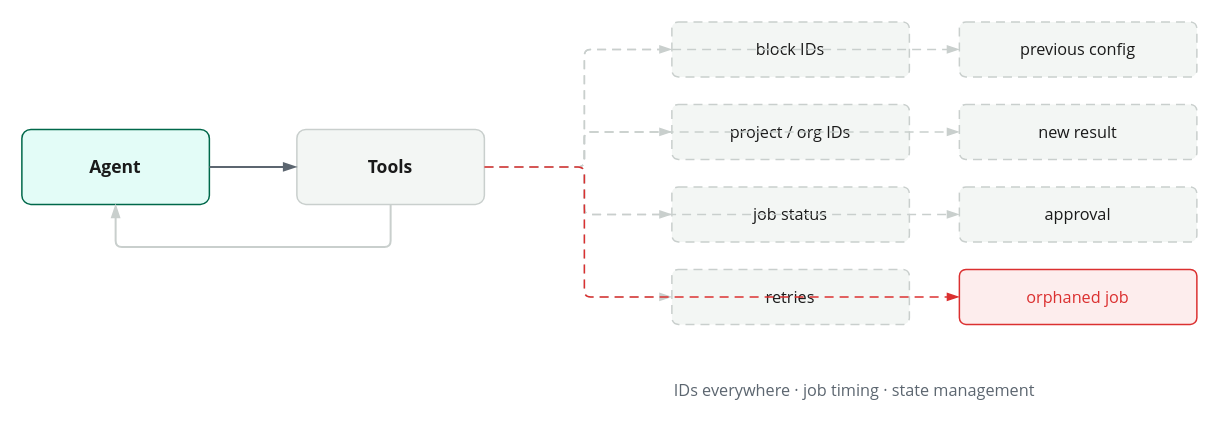
The draw.io diagram diagrams/src/s06-leak.drawio in eoinjordan/what-should-a-local-agent-remember, before the edit. Source tidied: cells renumbered, new cells numbered last; positions are measured from the earlier drawing's top-left corner, leaving out a move shared by most shapes. Both pictures are drawn from the tidied source at 125%, with x=0, y=0 at pixel (21, 21).
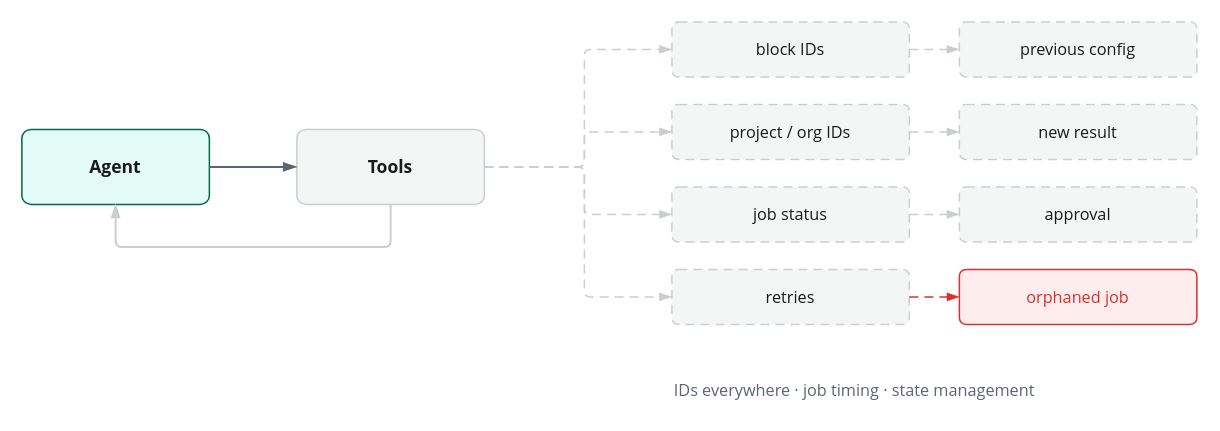
Above is the later version.

Unchanged cells that the change refers to:
```xml
<mxCell id="2" value="Agent" style="rounded=1;whiteSpace=wrap;html=1;fillColor=#E3FCF7;strokeColor=#00684A;strokeWidth=1.2;fontColor=#1A1A1A;fontSize=14;align=center;verticalAlign=middle;spacingLeft=8;spacingRight=8;fontStyle=1;fontFamily=Segoe UI;arcSize=12;" parent="1" vertex="1">
  <mxGeometry y="86" width="150" height="60" as="geometry" />
</mxCell>
<mxCell id="3" value="Tools" style="rounded=1;whiteSpace=wrap;html=1;fillColor=#F3F6F4;strokeColor=#C9CFCD;strokeWidth=1.2;fontColor=#1A1A1A;fontSize=14;align=center;verticalAlign=middle;spacingLeft=8;spacingRight=8;fontStyle=1;fontFamily=Segoe UI;arcSize=12;" parent="1" vertex="1">
  <mxGeometry x="220" y="86" width="150" height="60" as="geometry" />
</mxCell>
<mxCell id="6" value="block IDs" style="rounded=1;whiteSpace=wrap;html=1;fillColor=#F3F6F4;strokeColor=#C9CFCD;strokeWidth=1.2;fontColor=#1A1A1A;fontSize=13;align=center;verticalAlign=middle;spacingLeft=8;spacingRight=8;dashed=1;dashPattern=6 4;fontFamily=Segoe UI;arcSize=12;" parent="1" vertex="1">
  <mxGeometry x="520" width="190" height="44" as="geometry" />
</mxCell>
<mxCell id="8" value="project / org IDs" style="rounded=1;whiteSpace=wrap;html=1;fillColor=#F3F6F4;strokeColor=#C9CFCD;strokeWidth=1.2;fontColor=#1A1A1A;fontSize=13;align=center;verticalAlign=middle;spacingLeft=8;spacingRight=8;dashed=1;dashPattern=6 4;fontFamily=Segoe UI;arcSize=12;" parent="1" vertex="1">
  <mxGeometry x="520" y="66" width="190" height="44" as="geometry" />
</mxCell>
<mxCell id="10" value="job status" style="rounded=1;whiteSpace=wrap;html=1;fillColor=#F3F6F4;strokeColor=#C9CFCD;strokeWidth=1.2;fontColor=#1A1A1A;fontSize=13;align=center;verticalAlign=middle;spacingLeft=8;spacingRight=8;dashed=1;dashPattern=6 4;fontFamily=Segoe UI;arcSize=12;" parent="1" vertex="1">
  <mxGeometry x="520" y="132" width="190" height="44" as="geometry" />
</mxCell>
<mxCell id="12" value="retries" style="rounded=1;whiteSpace=wrap;html=1;fillColor=#F3F6F4;strokeColor=#C9CFCD;strokeWidth=1.2;fontColor=#1A1A1A;fontSize=13;align=center;verticalAlign=middle;spacingLeft=8;spacingRight=8;dashed=1;dashPattern=6 4;fontFamily=Segoe UI;arcSize=12;" parent="1" vertex="1">
  <mxGeometry x="520" y="198" width="190" height="44" as="geometry" />
</mxCell>
<mxCell id="14" value="previous config" style="rounded=1;whiteSpace=wrap;html=1;fillColor=#F3F6F4;strokeColor=#C9CFCD;strokeWidth=1.2;fontColor=#1A1A1A;fontSize=13;align=center;verticalAlign=middle;spacingLeft=8;spacingRight=8;dashed=1;dashPattern=6 4;fontFamily=Segoe UI;arcSize=12;" parent="1" vertex="1">
  <mxGeometry x="750" width="190" height="44" as="geometry" />
</mxCell>
<mxCell id="16" value="new result" style="rounded=1;whiteSpace=wrap;html=1;fillColor=#F3F6F4;strokeColor=#C9CFCD;strokeWidth=1.2;fontColor=#1A1A1A;fontSize=13;align=center;verticalAlign=middle;spacingLeft=8;spacingRight=8;dashed=1;dashPattern=6 4;fontFamily=Segoe UI;arcSize=12;" parent="1" vertex="1">
  <mxGeometry x="750" y="66" width="190" height="44" as="geometry" />
</mxCell>
<mxCell id="18" value="approval" style="rounded=1;whiteSpace=wrap;html=1;fillColor=#F3F6F4;strokeColor=#C9CFCD;strokeWidth=1.2;fontColor=#1A1A1A;fontSize=13;align=center;verticalAlign=middle;spacingLeft=8;spacingRight=8;dashed=1;dashPattern=6 4;fontFamily=Segoe UI;arcSize=12;" parent="1" vertex="1">
  <mxGeometry x="750" y="132" width="190" height="44" as="geometry" />
</mxCell>
<mxCell id="20" value="orphaned job" style="rounded=1;whiteSpace=wrap;html=1;fillColor=#FDEDED;strokeColor=#DB3030;strokeWidth=1.2;fontColor=#DB3030;fontSize=13;align=center;verticalAlign=middle;spacingLeft=8;spacingRight=8;fontFamily=Segoe UI;arcSize=12;" parent="1" vertex="1">
  <mxGeometry x="750" y="198" width="190" height="44" as="geometry" />
</mxCell>
```

Change to the diagram source:
```diff
@@
-    <mxCell id="4" style="edgeStyle=orthogonalEdgeStyle;rounded=1;arcSize=10;html=1;strokeColor=#5C6670;strokeWidth=1.6;exitX=1;exitY=0.5;entryX=0;entryY=0.5;exitPerimeter=0;entryPerimeter=0;endArrow=blockThin;endFill=1;endSize=7;jettySize=auto;fontColor=#5C6670;fontSize=12;labelBackgroundColor=none;fontFamily=Segoe UI;" parent="1" edge="1" source="2" target="3">
+    <mxCell id="4" style="edgeStyle=orthogonalEdgeStyle;rounded=1;arcSize=10;html=1;strokeColor=#5C6670;strokeWidth=1.6;exitX=1;exitY=0.5;entryX=0;entryY=0.5;exitPerimeter=0;entryPerimeter=0;endArrow=blockThin;endFill=1;endSize=7;jettySize=auto;fontColor=#5C6670;fontSize=12;labelBackgroundColor=#FFFFFF;labelBorderColor=none;spacing=2;fontFamily=Segoe UI;" parent="1" edge="1" source="2" target="3">
       <mxGeometry relative="1" as="geometry" />
     </mxCell>
-    <mxCell id="5" style="edgeStyle=orthogonalEdgeStyle;rounded=1;arcSize=10;html=1;strokeColor=#C9CFCD;strokeWidth=1.6;exitX=0.5;exitY=1;entryX=0.5;entryY=1;exitPerimeter=0;entryPerimeter=0;endArrow=blockThin;endFill=1;endSize=7;jettySize=auto;fontColor=#5C6670;fontSize=12;labelBackgroundColor=none;fontFamily=Segoe UI;" parent="1" edge="1" source="3" target="2">
+    <mxCell id="5" style="edgeStyle=orthogonalEdgeStyle;rounded=1;arcSize=10;html=1;strokeColor=#C9CFCD;strokeWidth=1.6;exitX=0.5;exitY=1;entryX=0.5;entryY=1;exitPerimeter=0;entryPerimeter=0;endArrow=blockThin;endFill=1;endSize=7;jettySize=auto;fontColor=#5C6670;fontSize=12;labelBackgroundColor=#FFFFFF;labelBorderColor=none;spacing=2;fontFamily=Segoe UI;" parent="1" edge="1" source="3" target="2">
       <mxGeometry relative="1" as="geometry">
         <Array as="points">
           <mxPoint x="295" y="180" />
           <mxPoint x="75" y="180" />
         </Array>
       </mxGeometry>
     </mxCell>
@@
-    <mxCell id="7" style="edgeStyle=orthogonalEdgeStyle;rounded=1;arcSize=10;html=1;strokeColor=#C9CFCD;strokeWidth=1.2;exitX=1;exitY=0.5;entryX=0;entryY=0.5;exitPerimeter=0;entryPerimeter=0;endArrow=blockThin;endFill=1;endSize=7;jettySize=auto;dashed=1;dashPattern=6 4;fontColor=#5C6670;fontSize=12;labelBackgroundColor=none;fontFamily=Segoe UI;" parent="1" edge="1" source="3" target="6">
+    <mxCell id="7" style="edgeStyle=orthogonalEdgeStyle;rounded=1;arcSize=10;html=1;strokeColor=#C9CFCD;strokeWidth=1.2;exitX=1;exitY=0.5;entryX=0;entryY=0.5;exitPerimeter=0;entryPerimeter=0;endArrow=blockThin;endFill=1;endSize=7;jettySize=auto;dashed=1;dashPattern=6 4;fontColor=#5C6670;fontSize=12;labelBackgroundColor=#FFFFFF;labelBorderColor=none;spacing=2;fontFamily=Segoe UI;" parent="1" edge="1" source="3" target="6">
       <mxGeometry relative="1" as="geometry">
         <Array as="points">
           <mxPoint x="450" y="116" />
           <mxPoint x="450" y="22" />
         </Array>
       </mxGeometry>
     </mxCell>
@@
-    <mxCell id="9" style="edgeStyle=orthogonalEdgeStyle;rounded=1;arcSize=10;html=1;strokeColor=#C9CFCD;strokeWidth=1.2;exitX=1;exitY=0.5;entryX=0;entryY=0.5;exitPerimeter=0;entryPerimeter=0;endArrow=blockThin;endFill=1;endSize=7;jettySize=auto;dashed=1;dashPattern=6 4;fontColor=#5C6670;fontSize=12;labelBackgroundColor=none;fontFamily=Segoe UI;" parent="1" edge="1" source="3" target="8">
+    <mxCell id="9" style="edgeStyle=orthogonalEdgeStyle;rounded=1;arcSize=10;html=1;strokeColor=#C9CFCD;strokeWidth=1.2;exitX=1;exitY=0.5;entryX=0;entryY=0.5;exitPerimeter=0;entryPerimeter=0;endArrow=blockThin;endFill=1;endSize=7;jettySize=auto;dashed=1;dashPattern=6 4;fontColor=#5C6670;fontSize=12;labelBackgroundColor=#FFFFFF;labelBorderColor=none;spacing=2;fontFamily=Segoe UI;" parent="1" edge="1" source="3" target="8">
       <mxGeometry relative="1" as="geometry">
         <Array as="points">
           <mxPoint x="450" y="116" />
           <mxPoint x="450" y="88" />
         </Array>
       </mxGeometry>
     </mxCell>
@@
-    <mxCell id="11" style="edgeStyle=orthogonalEdgeStyle;rounded=1;arcSize=10;html=1;strokeColor=#C9CFCD;strokeWidth=1.2;exitX=1;exitY=0.5;entryX=0;entryY=0.5;exitPerimeter=0;entryPerimeter=0;endArrow=blockThin;endFill=1;endSize=7;jettySize=auto;dashed=1;dashPattern=6 4;fontColor=#5C6670;fontSize=12;labelBackgroundColor=none;fontFamily=Segoe UI;" parent="1" edge="1" source="3" target="10">
+    <mxCell id="11" style="edgeStyle=orthogonalEdgeStyle;rounded=1;arcSize=10;html=1;strokeColor=#C9CFCD;strokeWidth=1.2;exitX=1;exitY=0.5;entryX=0;entryY=0.5;exitPerimeter=0;entryPerimeter=0;endArrow=blockThin;endFill=1;endSize=7;jettySize=auto;dashed=1;dashPattern=6 4;fontColor=#5C6670;fontSize=12;labelBackgroundColor=#FFFFFF;labelBorderColor=none;spacing=2;fontFamily=Segoe UI;" parent="1" edge="1" source="3" target="10">
       <mxGeometry relative="1" as="geometry">
         <Array as="points">
           <mxPoint x="450" y="116" />
           <mxPoint x="450" y="154" />
         </Array>
       </mxGeometry>
     </mxCell>
@@
-    <mxCell id="13" style="edgeStyle=orthogonalEdgeStyle;rounded=1;arcSize=10;html=1;strokeColor=#C9CFCD;strokeWidth=1.2;exitX=1;exitY=0.5;entryX=0;entryY=0.5;exitPerimeter=0;entryPerimeter=0;endArrow=blockThin;endFill=1;endSize=7;jettySize=auto;dashed=1;dashPattern=6 4;fontColor=#5C6670;fontSize=12;labelBackgroundColor=none;fontFamily=Segoe UI;" parent="1" edge="1" source="3" target="12">
+    <mxCell id="13" style="edgeStyle=orthogonalEdgeStyle;rounded=1;arcSize=10;html=1;strokeColor=#C9CFCD;strokeWidth=1.2;exitX=1;exitY=0.5;entryX=0;entryY=0.5;exitPerimeter=0;entryPerimeter=0;endArrow=blockThin;endFill=1;endSize=7;jettySize=auto;dashed=1;dashPattern=6 4;fontColor=#5C6670;fontSize=12;labelBackgroundColor=#FFFFFF;labelBorderColor=none;spacing=2;fontFamily=Segoe UI;" parent="1" edge="1" source="3" target="12">
       <mxGeometry relative="1" as="geometry">
         <Array as="points">
           <mxPoint x="450" y="116" />
           <mxPoint x="450" y="220" />
         </Array>
       </mxGeometry>
     </mxCell>
@@
-    <mxCell id="15" style="edgeStyle=orthogonalEdgeStyle;rounded=1;arcSize=10;html=1;strokeColor=#C9CFCD;strokeWidth=1.2;exitX=1;exitY=0.5;entryX=0;entryY=0.5;exitPerimeter=0;entryPerimeter=0;endArrow=blockThin;endFill=1;endSize=7;jettySize=auto;dashed=1;dashPattern=6 4;fontColor=#5C6670;fontSize=12;labelBackgroundColor=none;fontFamily=Segoe UI;" parent="1" edge="1" source="3" target="14">
-      <mxGeometry relative="1" as="geometry">
-        <Array as="points">
-          <mxPoint x="450" y="116" />
-          <mxPoint x="450" y="22" />
-        </Array>
-      </mxGeometry>
+    <mxCell id="15" style="edgeStyle=orthogonalEdgeStyle;rounded=1;arcSize=10;html=1;strokeColor=#C9CFCD;strokeWidth=1.2;exitX=1;exitY=0.5;entryX=0;entryY=0.5;exitPerimeter=0;entryPerimeter=0;endArrow=blockThin;endFill=1;endSize=7;jettySize=auto;dashed=1;dashPattern=6 4;fontColor=#5C6670;fontSize=12;labelBackgroundColor=#FFFFFF;labelBorderColor=none;spacing=2;fontFamily=Segoe UI;" parent="1" edge="1" source="6" target="14">
+      <mxGeometry relative="1" as="geometry" />
     </mxCell>
@@
-    <mxCell id="17" style="edgeStyle=orthogonalEdgeStyle;rounded=1;arcSize=10;html=1;strokeColor=#C9CFCD;strokeWidth=1.2;exitX=1;exitY=0.5;entryX=0;entryY=0.5;exitPerimeter=0;entryPerimeter=0;endArrow=blockThin;endFill=1;endSize=7;jettySize=auto;dashed=1;dashPattern=6 4;fontColor=#5C6670;fontSize=12;labelBackgroundColor=none;fontFamily=Segoe UI;" parent="1" edge="1" source="3" target="16">
-      <mxGeometry relative="1" as="geometry">
-        <Array as="points">
-          <mxPoint x="450" y="116" />
-          <mxPoint x="450" y="88" />
-        </Array>
-      </mxGeometry>
+    <mxCell id="17" style="edgeStyle=orthogonalEdgeStyle;rounded=1;arcSize=10;html=1;strokeColor=#C9CFCD;strokeWidth=1.2;exitX=1;exitY=0.5;entryX=0;entryY=0.5;exitPerimeter=0;entryPerimeter=0;endArrow=blockThin;endFill=1;endSize=7;jettySize=auto;dashed=1;dashPattern=6 4;fontColor=#5C6670;fontSize=12;labelBackgroundColor=#FFFFFF;labelBorderColor=none;spacing=2;fontFamily=Segoe UI;" parent="1" edge="1" source="8" target="16">
+      <mxGeometry relative="1" as="geometry" />
     </mxCell>
@@
-    <mxCell id="19" style="edgeStyle=orthogonalEdgeStyle;rounded=1;arcSize=10;html=1;strokeColor=#C9CFCD;strokeWidth=1.2;exitX=1;exitY=0.5;entryX=0;entryY=0.5;exitPerimeter=0;entryPerimeter=0;endArrow=blockThin;endFill=1;endSize=7;jettySize=auto;dashed=1;dashPattern=6 4;fontColor=#5C6670;fontSize=12;labelBackgroundColor=none;fontFamily=Segoe UI;" parent="1" edge="1" source="3" target="18">
-      <mxGeometry relative="1" as="geometry">
-        <Array as="points">
-          <mxPoint x="450" y="116" />
-          <mxPoint x="450" y="154" />
-        </Array>
-      </mxGeometry>
+    <mxCell id="19" style="edgeStyle=orthogonalEdgeStyle;rounded=1;arcSize=10;html=1;strokeColor=#C9CFCD;strokeWidth=1.2;exitX=1;exitY=0.5;entryX=0;entryY=0.5;exitPerimeter=0;entryPerimeter=0;endArrow=blockThin;endFill=1;endSize=7;jettySize=auto;dashed=1;dashPattern=6 4;fontColor=#5C6670;fontSize=12;labelBackgroundColor=#FFFFFF;labelBorderColor=none;spacing=2;fontFamily=Segoe UI;" parent="1" edge="1" source="10" target="18">
+      <mxGeometry relative="1" as="geometry" />
     </mxCell>
@@
-    <mxCell id="21" style="edgeStyle=orthogonalEdgeStyle;rounded=1;arcSize=10;html=1;strokeColor=#DB3030;strokeWidth=1.2;exitX=1;exitY=0.5;entryX=0;entryY=0.5;exitPerimeter=0;entryPerimeter=0;endArrow=blockThin;endFill=1;endSize=7;jettySize=auto;dashed=1;dashPattern=6 4;fontColor=#5C6670;fontSize=12;labelBackgroundColor=none;fontFamily=Segoe UI;" parent="1" edge="1" source="3" target="20">
-      <mxGeometry relative="1" as="geometry">
-        <Array as="points">
-          <mxPoint x="450" y="116" />
-          <mxPoint x="450" y="220" />
-        </Array>
-      </mxGeometry>
+    <mxCell id="21" style="edgeStyle=orthogonalEdgeStyle;rounded=1;arcSize=10;html=1;strokeColor=#DB3030;strokeWidth=1.2;exitX=1;exitY=0.5;entryX=0;entryY=0.5;exitPerimeter=0;entryPerimeter=0;endArrow=blockThin;endFill=1;endSize=7;jettySize=auto;dashed=1;dashPattern=6 4;fontColor=#5C6670;fontSize=12;labelBackgroundColor=#FFFFFF;labelBorderColor=none;spacing=2;fontFamily=Segoe UI;" parent="1" edge="1" source="12" target="20">
+      <mxGeometry relative="1" as="geometry" />
     </mxCell>
```
